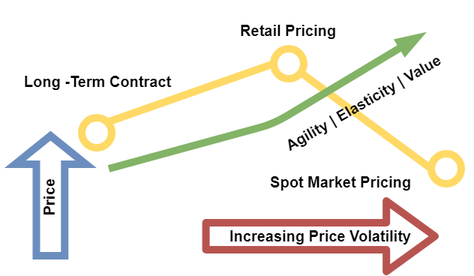
miranda-zhang/draw.io keeps this draw.io diagram as Cloud_pricing.png. Above is the earlier version. Source tidied: cells renumbered, new cells last; positions are measured from the earlier drawing's top-left corner, leaving out a move shared by most shapes.
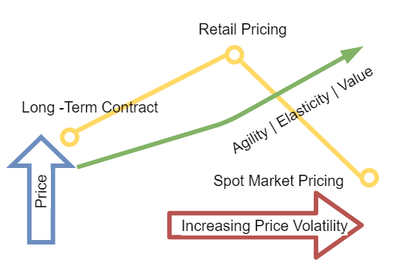
Later version of the same file.

The edit, as a diff of the source:
```diff
@@ -2,63 +2,63 @@
   <root>
     <mxCell id="0" />
     <mxCell id="1" parent="0" />
+    <mxCell id="16" value="Spot Market Pricing" style="text;html=1;strokeColor=none;fillColor=none;align=center;verticalAlign=middle;whiteSpace=wrap;rounded=0;fontSize=10;fontStyle=0;strokeWidth=3;" parent="1" vertex="1">
+      <mxGeometry x="160" y="107" width="110" height="24" as="geometry" />
+    </mxCell>
-    <mxCell id="2" style="group;fontStyle=1;strokeWidth=5;fontSize=10;" parent="1" vertex="1">
-      <mxGeometry y="88" width="310" height="80" as="geometry" />
+    <mxCell id="2" style="group;fontStyle=0;strokeWidth=3;fontSize=10;" parent="1" vertex="1">
+      <mxGeometry x="30" y="90" width="258" height="70" as="geometry" />
     </mxCell>
-    <mxCell id="3" value="Price&amp;nbsp;" style="html=1;align=center;verticalAlign=middle;shape=mxgraph.arrows2.arrow;dy=0.6;dx=19;direction=north;notch=0;flipV=0;horizontal=0;fontSize=10;fontStyle=1;rounded=1;labelBackgroundColor=#ffffff;endArrow=classic;endSize=8.33;strokeColor=#6c8ebf;strokeWidth=5;fillColor=none;" parent="2" vertex="1">
-      <mxGeometry x="7.6" width="47.3" height="80" as="geometry" />
+    <mxCell id="3" value="Price&amp;nbsp;" style="html=1;align=center;verticalAlign=middle;shape=mxgraph.arrows2.arrow;dy=0.6;dx=19;direction=north;notch=0;flipV=0;horizontal=0;fontSize=10;fontStyle=0;rounded=1;labelBackgroundColor=#ffffff;endArrow=classic;endSize=8.33;strokeColor=#6c8ebf;strokeWidth=3;fillColor=none;" parent="2" vertex="1">
+      <mxGeometry x="6.3" width="39.3" height="70" as="geometry" />
     </mxCell>
-    <mxCell id="4" value="Increasing Price Volatility" style="shape=flexArrow;endArrow=classic;html=1;endWidth=24;endSize=9.14;width=14;fontSize=10;fontStyle=1;fillColor=none;strokeColor=#b85450;strokeWidth=5;" parent="2" edge="1">
+    <mxCell id="4" value="Increasing Price Volatility" style="shape=flexArrow;endArrow=classic;html=1;endWidth=24;endSize=9.14;width=14;fontSize=10;fontStyle=0;fillColor=none;strokeColor=#b85450;strokeWidth=3;" parent="2" edge="1">
       <mxGeometry relative="1" as="geometry">
-        <mxPoint x="132.3" y="67" as="sourcePoint" />
-        <mxPoint x="290" y="67" as="targetPoint" />
+        <mxPoint x="110.1" y="58.6" as="sourcePoint" />
+        <mxPoint x="241.4" y="58.6" as="targetPoint" />
       </mxGeometry>
     </mxCell>
-    <mxCell id="5" style="endArrow=none;html=1;fontSize=10;spacing=0;comic=0;strokeWidth=5;strokeColor=#FFD966;fontStyle=1;" parent="1" edge="1" source="7">
+    <mxCell id="5" style="endArrow=none;html=1;fontSize=10;spacing=0;comic=0;strokeWidth=3;strokeColor=#FFD966;fontStyle=0;" parent="1" edge="1" source="7">
       <mxGeometry relative="1" as="geometry">
         <mxPoint x="190" y="40" as="targetPoint" />
       </mxGeometry>
     </mxCell>
-    <mxCell id="6" style="endArrow=none;html=1;fontSize=10;strokeColor=#FFD966;strokeWidth=5;spacing=0;fontStyle=1;entryX=0;entryY=0.5;entryDx=0;entryDy=0;" parent="1" edge="1" target="10">
+    <mxCell id="6" style="endArrow=none;html=1;fontSize=10;strokeColor=#FFD966;strokeWidth=3;spacing=0;fontStyle=0;entryX=0;entryY=0.5;entryDx=0;entryDy=0;" parent="1" edge="1" target="10">
       <mxGeometry relative="1" as="geometry">
         <mxPoint x="190" y="40" as="sourcePoint" />
       </mxGeometry>
     </mxCell>
-    <mxCell id="7" style="ellipse;whiteSpace=wrap;html=1;fontSize=10;rounded=1;strokeColor=#FFD966;strokeWidth=5;labelBackgroundColor=#ffffff;spacing=0;endArrow=none;fontStyle=1;" parent="1" vertex="1">
-      <mxGeometry x="180" y="30" width="20" height="20" as="geometry" />
+    <mxCell id="7" style="ellipse;whiteSpace=wrap;html=1;fontSize=10;rounded=1;strokeColor=#FFD966;strokeWidth=3;labelBackgroundColor=#ffffff;spacing=0;endArrow=none;fontStyle=0;" parent="1" vertex="1">
+      <mxGeometry x="180" y="30" width="10" height="10" as="geometry" />
     </mxCell>
-    <mxCell id="8" style="endArrow=none;html=1;fontSize=10;spacing=0;comic=0;strokeWidth=5;strokeColor=#FFD966;fontStyle=1;entryX=0;entryY=0.5;entryDx=0;entryDy=0;exitX=1;exitY=0;exitDx=0;exitDy=0;" parent="1" edge="1" source="9" target="7">
+    <mxCell id="8" style="endArrow=none;html=1;fontSize=10;spacing=0;comic=0;strokeWidth=3;strokeColor=#FFD966;fontStyle=0;entryX=0;entryY=0.5;entryDx=0;entryDy=0;exitX=1;exitY=0;exitDx=0;exitDy=0;" parent="1" edge="1" source="9" target="7">
       <mxGeometry relative="1" as="geometry" />
     </mxCell>
-    <mxCell id="9" style="ellipse;whiteSpace=wrap;html=1;fontSize=10;rounded=1;strokeColor=#FFD966;strokeWidth=5;labelBackgroundColor=#ffffff;spacing=0;endArrow=none;fontStyle=1;" parent="1" vertex="1">
-      <mxGeometry x="52" y="76" width="20" height="20" as="geometry" />
+    <mxCell id="9" style="ellipse;whiteSpace=wrap;html=1;fontSize=10;rounded=1;strokeColor=#FFD966;strokeWidth=3;labelBackgroundColor=#ffffff;spacing=0;endArrow=none;fontStyle=0;" parent="1" vertex="1">
+      <mxGeometry x="70" y="85" width="10" height="10" as="geometry" />
     </mxCell>
-    <mxCell id="10" style="ellipse;whiteSpace=wrap;html=1;fontSize=10;rounded=1;strokeColor=#FFD966;strokeWidth=5;labelBackgroundColor=#ffffff;spacing=0;endArrow=none;fontStyle=1;" parent="1" vertex="1">
-      <mxGeometry x="285" y="100" width="20" height="20" as="geometry" />
+    <mxCell id="10" style="ellipse;whiteSpace=wrap;html=1;fontSize=10;rounded=1;strokeColor=#FFD966;strokeWidth=3;labelBackgroundColor=#ffffff;spacing=0;endArrow=none;fontStyle=0;" parent="1" vertex="1">
+      <mxGeometry x="270" y="112" width="10" height="10" as="geometry" />
     </mxCell>
-    <mxCell id="11" value="Agility | Elasticity | Value" style="text;html=1;strokeColor=none;fillColor=none;align=center;verticalAlign=middle;whiteSpace=wrap;rounded=0;fontSize=10;rotation=-30;fontStyle=1;strokeWidth=5;" parent="1" vertex="1">
-      <mxGeometry x="165" y="56" width="150" height="20" as="geometry" />
+    <mxCell id="11" value="Agility | Elasticity | Value" style="text;html=1;strokeColor=none;fillColor=none;align=center;verticalAlign=middle;whiteSpace=wrap;rounded=0;fontSize=10;rotation=-30;fontStyle=0;strokeWidth=3;" parent="1" vertex="1">
+      <mxGeometry x="167" y="62" width="125" height="20" as="geometry" />
     </mxCell>
-    <mxCell id="12" value="Long -Term Contract" style="text;html=1;strokeColor=none;fillColor=none;align=center;verticalAlign=middle;whiteSpace=wrap;rounded=0;fontSize=10;fontStyle=1;strokeWidth=5;" parent="1" vertex="1">
-      <mxGeometry x="8" y="42" width="108" height="20" as="geometry" />
+    <mxCell id="12" value="Long -Term Contract" style="text;html=1;strokeColor=none;fillColor=none;align=center;verticalAlign=middle;whiteSpace=wrap;rounded=0;fontSize=10;fontStyle=0;strokeWidth=3;" parent="1" vertex="1">
+      <mxGeometry x="40" y="60" width="98" height="20" as="geometry" />
     </mxCell>
-    <mxCell id="13" style="group;fontStyle=1;strokeWidth=5;fontSize=10;" parent="1" vertex="1">
+    <mxCell id="13" style="group;fontStyle=0;strokeWidth=3;fontSize=10;" parent="1" vertex="1">
       <mxGeometry x="140" width="100" height="70" as="geometry" />
     </mxCell>
-    <mxCell id="14" value="Retail Pricing" style="text;html=1;strokeColor=none;fillColor=none;align=center;verticalAlign=middle;whiteSpace=wrap;rounded=0;fontSize=10;fontStyle=1;strokeWidth=5;" parent="13" vertex="1">
+    <mxCell id="14" value="Retail Pricing" style="text;html=1;strokeColor=none;fillColor=none;align=center;verticalAlign=middle;whiteSpace=wrap;rounded=0;fontSize=10;fontStyle=0;strokeWidth=3;" parent="13" vertex="1">
       <mxGeometry y="8" width="100" height="20" as="geometry" />
     </mxCell>
-    <mxCell id="15" style="endArrow=blockThin;html=1;strokeColor=#82b366;strokeWidth=5;fillColor=#d5e8d4;fontSize=10;endFill=1;fontStyle=1;" parent="13" edge="1">
+    <mxCell id="15" style="endArrow=blockThin;html=1;strokeColor=#82b366;strokeWidth=3;fillColor=#d5e8d4;fontSize=10;endFill=1;fontStyle=0;" parent="13" edge="1">
       <mxGeometry relative="1" as="geometry">
-        <mxPoint x="-70" y="110" as="sourcePoint" />
-        <mxPoint x="140" y="20" as="targetPoint" />
+        <mxPoint x="-60" y="110" as="sourcePoint" />
+        <mxPoint x="130" y="30" as="targetPoint" />
         <Array as="points">
           <mxPoint x="40" y="80" />
         </Array>
       </mxGeometry>
     </mxCell>
-    <mxCell id="16" value="Spot Market Pricing" style="text;html=1;strokeColor=none;fillColor=none;align=center;verticalAlign=middle;whiteSpace=wrap;rounded=0;fontSize=10;fontStyle=1;strokeWidth=5;" parent="1" vertex="1">
-      <mxGeometry x="165" y="107" width="120" height="24" as="geometry" />
-    </mxCell>
   </root>
 </mxGraphModel>
```
